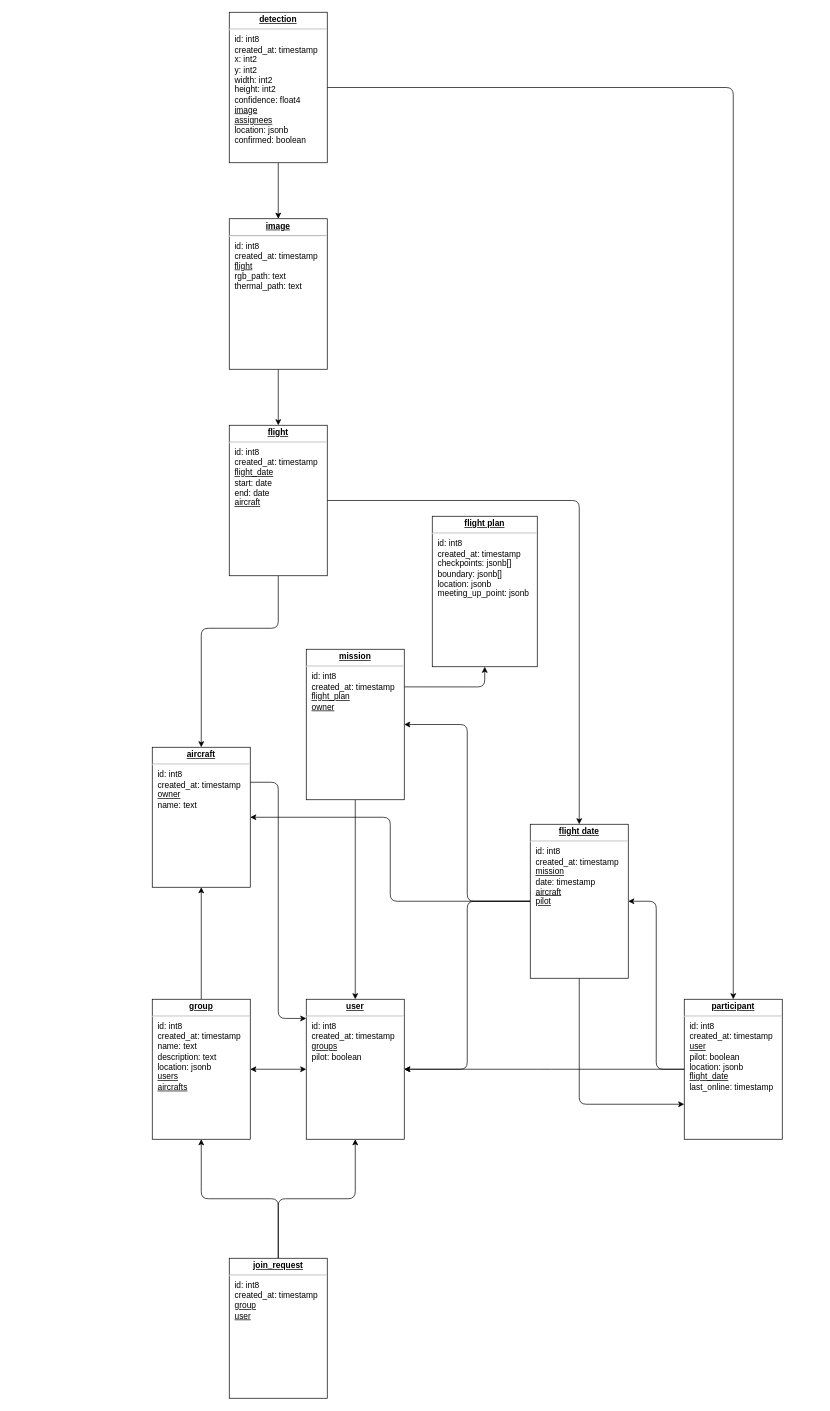
Earlier version of the draw.io diagram DatabaseSchema.drawio (FawnRescue/planning). Source tidied: cells renumbered, new cells numbered last; positions are measured from the earlier drawing's top-left corner, leaving out a move shared by most shapes. Both pictures are drawn from the tidied source at 70%, with x=0, y=0 at pixel (152, 12).
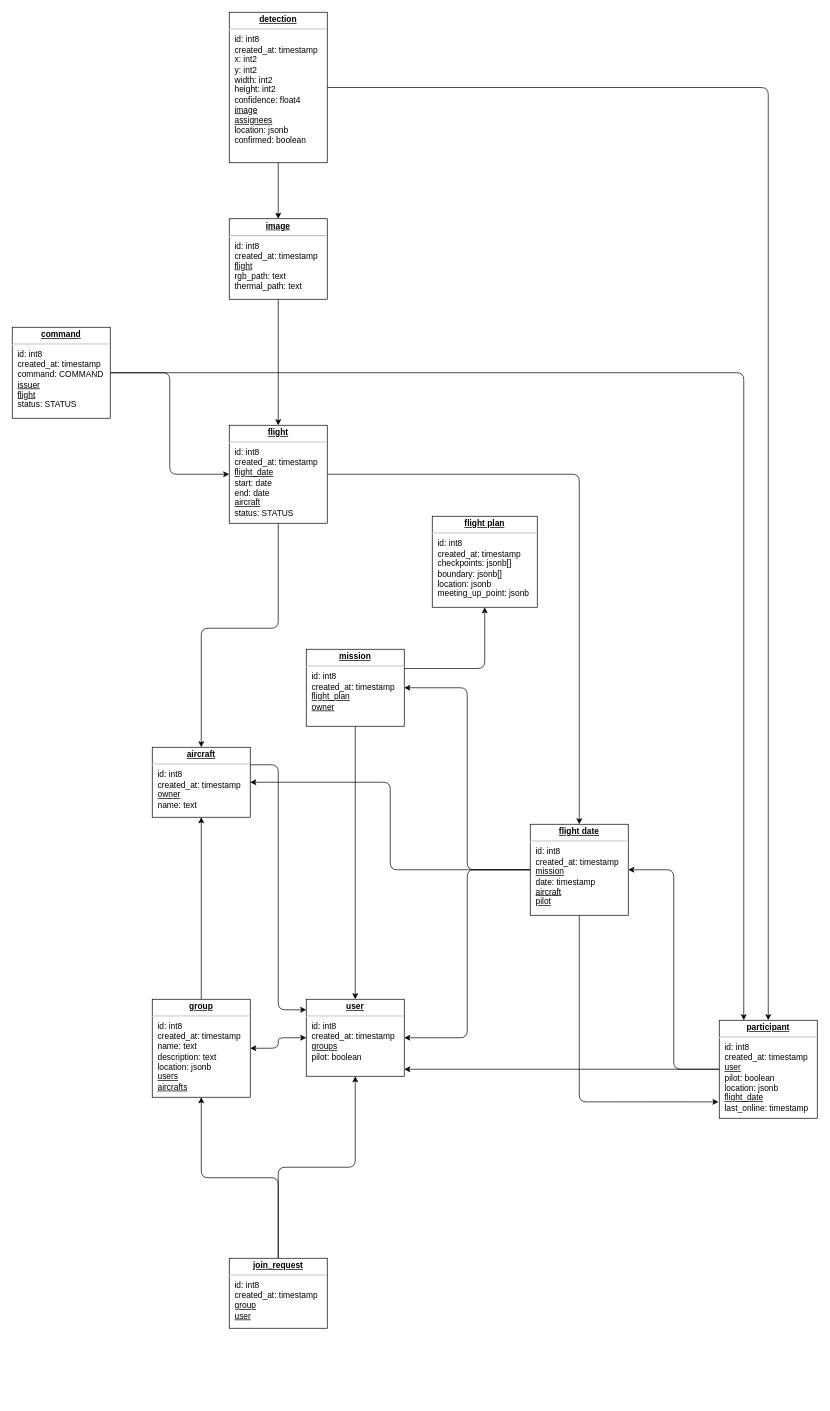
The same page after the edit.

Diff of the diagram source:
```diff
@@
     <mxCell id="3" value="&lt;p style=&quot;margin: 0px ; margin-top: 4px ; text-align: center ; text-decoration: underline&quot;&gt;&lt;b&gt;aircraft&lt;/b&gt;&lt;/p&gt;&lt;hr&gt;&lt;p style=&quot;margin: 0px ; margin-left: 8px&quot;&gt;id: int8&lt;/p&gt;&lt;p style=&quot;margin: 0px ; margin-left: 8px&quot;&gt;created_at: timestamp&lt;br&gt;&lt;/p&gt;&lt;p style=&quot;margin: 0px ; margin-left: 8px&quot;&gt;&lt;u&gt;owner&lt;/u&gt;&lt;/p&gt;&lt;p style=&quot;margin: 0px ; margin-left: 8px&quot;&gt;name: text&lt;/p&gt;&lt;p style=&quot;margin: 0px ; margin-left: 8px&quot;&gt;&lt;br&gt;&lt;/p&gt;" style="verticalAlign=top;align=left;overflow=fill;fontSize=12;fontFamily=Helvetica;html=1;rounded=0;shadow=0;comic=0;labelBackgroundColor=none;strokeWidth=1;" parent="1" vertex="1">
-      <mxGeometry y="1050" width="140" height="200" as="geometry" />
+      <mxGeometry y="1050" width="140" height="100" as="geometry" />
     </mxCell>
@@
     <mxCell id="8" value="&lt;p style=&quot;margin: 0px ; margin-top: 4px ; text-align: center ; text-decoration: underline&quot;&gt;&lt;b&gt;image&lt;/b&gt;&lt;/p&gt;&lt;hr&gt;&lt;p style=&quot;border-color: var(--border-color); margin: 0px 0px 0px 8px;&quot;&gt;id: int8&lt;/p&gt;&lt;p style=&quot;border-color: var(--border-color); margin: 0px 0px 0px 8px;&quot;&gt;created_at: timestamp&lt;/p&gt;&lt;p style=&quot;border-color: var(--border-color); margin: 0px 0px 0px 8px;&quot;&gt;&lt;u&gt;flight&lt;/u&gt;&lt;/p&gt;&lt;p style=&quot;border-color: var(--border-color); margin: 0px 0px 0px 8px;&quot;&gt;rgb_path: text&lt;/p&gt;&lt;p style=&quot;border-color: var(--border-color); margin: 0px 0px 0px 8px;&quot;&gt;thermal_path: text&lt;/p&gt;&lt;p style=&quot;border-color: var(--border-color); margin: 0px 0px 0px 8px;&quot;&gt;&lt;br&gt;&lt;/p&gt;&lt;p style=&quot;border-color: var(--border-color); margin: 0px 0px 0px 8px;&quot;&gt;&lt;br&gt;&lt;/p&gt;&lt;p style=&quot;border-color: var(--border-color); margin: 0px 0px 0px 8px;&quot;&gt;&lt;br&gt;&lt;/p&gt;" style="verticalAlign=top;align=left;overflow=fill;fontSize=12;fontFamily=Helvetica;html=1;rounded=0;shadow=0;comic=0;labelBackgroundColor=none;strokeWidth=1;" parent="1" vertex="1">
-      <mxGeometry x="110" y="295" width="140" height="215" as="geometry" />
+      <mxGeometry x="110" y="295" width="140" height="115" as="geometry" />
     </mxCell>
@@
-    <mxCell id="11" value="&lt;p style=&quot;margin: 0px ; margin-top: 4px ; text-align: center ; text-decoration: underline&quot;&gt;&lt;b&gt;flight&lt;/b&gt;&lt;/p&gt;&lt;hr&gt;&lt;p style=&quot;border-color: var(--border-color); margin: 0px 0px 0px 8px;&quot;&gt;id: int8&lt;/p&gt;&lt;p style=&quot;border-color: var(--border-color); margin: 0px 0px 0px 8px;&quot;&gt;created_at: timestamp&lt;/p&gt;&lt;p style=&quot;border-color: var(--border-color); margin: 0px 0px 0px 8px;&quot;&gt;&lt;span style=&quot;background-color: initial;&quot;&gt;&lt;u&gt;flight_date&lt;/u&gt;&lt;/span&gt;&lt;/p&gt;&lt;p style=&quot;border-color: var(--border-color); margin: 0px 0px 0px 8px;&quot;&gt;&lt;span style=&quot;background-color: initial;&quot;&gt;start: date&lt;/span&gt;&lt;br&gt;&lt;/p&gt;&lt;p style=&quot;border-color: var(--border-color); margin: 0px 0px 0px 8px;&quot;&gt;end: date&lt;/p&gt;&lt;p style=&quot;border-color: var(--border-color); margin: 0px 0px 0px 8px;&quot;&gt;&lt;u&gt;aircraft&lt;/u&gt;&lt;/p&gt;&lt;p style=&quot;border-color: var(--border-color); margin: 0px 0px 0px 8px;&quot;&gt;&lt;br&gt;&lt;/p&gt;&lt;p style=&quot;border-color: var(--border-color); margin: 0px 0px 0px 8px;&quot;&gt;&lt;br&gt;&lt;/p&gt;" style="verticalAlign=top;align=left;overflow=fill;fontSize=12;fontFamily=Helvetica;html=1;rounded=0;shadow=0;comic=0;labelBackgroundColor=none;strokeWidth=1;" parent="1" vertex="1">
-      <mxGeometry x="110" y="590" width="140" height="215" as="geometry" />
+    <mxCell id="11" value="&lt;p style=&quot;margin: 0px ; margin-top: 4px ; text-align: center ; text-decoration: underline&quot;&gt;&lt;b&gt;flight&lt;/b&gt;&lt;/p&gt;&lt;hr&gt;&lt;p style=&quot;border-color: var(--border-color); margin: 0px 0px 0px 8px;&quot;&gt;id: int8&lt;/p&gt;&lt;p style=&quot;border-color: var(--border-color); margin: 0px 0px 0px 8px;&quot;&gt;created_at: timestamp&lt;/p&gt;&lt;p style=&quot;border-color: var(--border-color); margin: 0px 0px 0px 8px;&quot;&gt;&lt;span style=&quot;background-color: initial;&quot;&gt;&lt;u&gt;flight_date&lt;/u&gt;&lt;/span&gt;&lt;/p&gt;&lt;p style=&quot;border-color: var(--border-color); margin: 0px 0px 0px 8px;&quot;&gt;&lt;span style=&quot;background-color: initial;&quot;&gt;start: date&lt;/span&gt;&lt;br&gt;&lt;/p&gt;&lt;p style=&quot;border-color: var(--border-color); margin: 0px 0px 0px 8px;&quot;&gt;end: date&lt;/p&gt;&lt;p style=&quot;border-color: var(--border-color); margin: 0px 0px 0px 8px;&quot;&gt;&lt;u&gt;aircraft&lt;/u&gt;&lt;/p&gt;&lt;p style=&quot;border-color: var(--border-color); margin: 0px 0px 0px 8px;&quot;&gt;status: STATUS&lt;/p&gt;&lt;p style=&quot;border-color: var(--border-color); margin: 0px 0px 0px 8px;&quot;&gt;&lt;br&gt;&lt;/p&gt;" style="verticalAlign=top;align=left;overflow=fill;fontSize=12;fontFamily=Helvetica;html=1;rounded=0;shadow=0;comic=0;labelBackgroundColor=none;strokeWidth=1;" parent="1" vertex="1">
+      <mxGeometry x="110" y="590" width="140" height="140" as="geometry" />
     </mxCell>
     <mxCell id="12" value="&lt;p style=&quot;margin: 0px ; margin-top: 4px ; text-align: center ; text-decoration: underline&quot;&gt;&lt;b&gt;flight plan&lt;/b&gt;&lt;/p&gt;&lt;hr&gt;&lt;p style=&quot;border-color: var(--border-color); margin: 0px 0px 0px 8px;&quot;&gt;id: int8&lt;/p&gt;&lt;p style=&quot;border-color: var(--border-color); margin: 0px 0px 0px 8px;&quot;&gt;created_at: timestamp&lt;/p&gt;&lt;p style=&quot;border-color: var(--border-color); margin: 0px 0px 0px 8px;&quot;&gt;checkpoints: jsonb[]&lt;/p&gt;&lt;p style=&quot;border-color: var(--border-color); margin: 0px 0px 0px 8px;&quot;&gt;boundary: jsonb[]&lt;/p&gt;&lt;p style=&quot;border-color: var(--border-color); margin: 0px 0px 0px 8px;&quot;&gt;location: jsonb&lt;/p&gt;&lt;p style=&quot;border-color: var(--border-color); margin: 0px 0px 0px 8px;&quot;&gt;meeting_up_point: jsonb&lt;/p&gt;&lt;p style=&quot;border-color: var(--border-color); margin: 0px 0px 0px 8px;&quot;&gt;&lt;br&gt;&lt;/p&gt;" style="verticalAlign=top;align=left;overflow=fill;fontSize=12;fontFamily=Helvetica;html=1;rounded=0;shadow=0;comic=0;labelBackgroundColor=none;strokeWidth=1;" parent="1" vertex="1">
-      <mxGeometry x="400" y="720" width="150" height="215" as="geometry" />
+      <mxGeometry x="400" y="720" width="150" height="130" as="geometry" />
     </mxCell>
@@
     <mxCell id="15" value="&lt;p style=&quot;margin: 0px ; margin-top: 4px ; text-align: center ; text-decoration: underline&quot;&gt;&lt;b&gt;mission&lt;/b&gt;&lt;/p&gt;&lt;hr&gt;&lt;p style=&quot;border-color: var(--border-color); margin: 0px 0px 0px 8px;&quot;&gt;id: int8&lt;/p&gt;&lt;p style=&quot;border-color: var(--border-color); margin: 0px 0px 0px 8px;&quot;&gt;created_at: timestamp&lt;/p&gt;&lt;p style=&quot;border-color: var(--border-color); margin: 0px 0px 0px 8px;&quot;&gt;&lt;u&gt;flight_plan&lt;/u&gt;&lt;/p&gt;&lt;p style=&quot;border-color: var(--border-color); margin: 0px 0px 0px 8px;&quot;&gt;&lt;u&gt;owner&lt;/u&gt;&lt;/p&gt;&lt;p style=&quot;border-color: var(--border-color); margin: 0px 0px 0px 8px;&quot;&gt;&lt;br&gt;&lt;/p&gt;&lt;p style=&quot;border-color: var(--border-color); margin: 0px 0px 0px 8px;&quot;&gt;&lt;br&gt;&lt;/p&gt;&lt;p style=&quot;border-color: var(--border-color); margin: 0px 0px 0px 8px;&quot;&gt;&lt;br&gt;&lt;/p&gt;" style="verticalAlign=top;align=left;overflow=fill;fontSize=12;fontFamily=Helvetica;html=1;rounded=0;shadow=0;comic=0;labelBackgroundColor=none;strokeWidth=1;" parent="1" vertex="1">
-      <mxGeometry x="220" y="910" width="140" height="215" as="geometry" />
+      <mxGeometry x="220" y="910" width="140" height="110" as="geometry" />
     </mxCell>
     <mxCell id="16" value="&lt;p style=&quot;margin: 0px ; margin-top: 4px ; text-align: center ; text-decoration: underline&quot;&gt;&lt;b&gt;user&lt;/b&gt;&lt;/p&gt;&lt;hr&gt;&lt;p style=&quot;margin: 0px ; margin-left: 8px&quot;&gt;id: int8&lt;/p&gt;&lt;p style=&quot;margin: 0px ; margin-left: 8px&quot;&gt;created_at: timestamp&lt;br&gt;&lt;/p&gt;&lt;p style=&quot;margin: 0px ; margin-left: 8px&quot;&gt;&lt;u&gt;groups&lt;/u&gt;&lt;/p&gt;&lt;p style=&quot;margin: 0px ; margin-left: 8px&quot;&gt;pilot: boolean&lt;/p&gt;" style="verticalAlign=top;align=left;overflow=fill;fontSize=12;fontFamily=Helvetica;html=1;rounded=0;shadow=0;comic=0;labelBackgroundColor=none;strokeWidth=1;" parent="1" vertex="1">
-      <mxGeometry x="220" y="1410" width="140" height="200" as="geometry" />
+      <mxGeometry x="220" y="1410" width="140" height="110" as="geometry" />
     </mxCell>
@@
     <mxCell id="18" value="&lt;p style=&quot;margin: 0px ; margin-top: 4px ; text-align: center ; text-decoration: underline&quot;&gt;&lt;b&gt;group&lt;/b&gt;&lt;/p&gt;&lt;hr&gt;&lt;p style=&quot;margin: 0px ; margin-left: 8px&quot;&gt;id: int8&lt;/p&gt;&lt;p style=&quot;margin: 0px ; margin-left: 8px&quot;&gt;created_at: timestamp&lt;br&gt;&lt;/p&gt;&lt;p style=&quot;margin: 0px ; margin-left: 8px&quot;&gt;name: text&lt;/p&gt;&lt;p style=&quot;margin: 0px ; margin-left: 8px&quot;&gt;description: text&lt;/p&gt;&lt;p style=&quot;margin: 0px ; margin-left: 8px&quot;&gt;location: jsonb&lt;/p&gt;&lt;p style=&quot;margin: 0px ; margin-left: 8px&quot;&gt;&lt;u&gt;users&lt;/u&gt;&lt;/p&gt;&lt;p style=&quot;margin: 0px ; margin-left: 8px&quot;&gt;&lt;u&gt;aircrafts&lt;/u&gt;&lt;/p&gt;" style="verticalAlign=top;align=left;overflow=fill;fontSize=12;fontFamily=Helvetica;html=1;rounded=0;shadow=0;comic=0;labelBackgroundColor=none;strokeWidth=1;" parent="1" vertex="1">
-      <mxGeometry y="1410" width="140" height="200" as="geometry" />
+      <mxGeometry y="1410" width="140" height="140" as="geometry" />
     </mxCell>
@@
     <mxCell id="21" value="&lt;p style=&quot;margin: 0px ; margin-top: 4px ; text-align: center ; text-decoration: underline&quot;&gt;&lt;b&gt;join_request&lt;/b&gt;&lt;/p&gt;&lt;hr&gt;&lt;p style=&quot;margin: 0px ; margin-left: 8px&quot;&gt;id: int8&lt;/p&gt;&lt;p style=&quot;margin: 0px ; margin-left: 8px&quot;&gt;created_at: timestamp&lt;br&gt;&lt;/p&gt;&lt;p style=&quot;margin: 0px ; margin-left: 8px&quot;&gt;&lt;u&gt;group&lt;/u&gt;&lt;/p&gt;&lt;p style=&quot;margin: 0px ; margin-left: 8px&quot;&gt;&lt;u&gt;user&lt;/u&gt;&lt;/p&gt;" style="verticalAlign=top;align=left;overflow=fill;fontSize=12;fontFamily=Helvetica;html=1;rounded=0;shadow=0;comic=0;labelBackgroundColor=none;strokeWidth=1;" parent="1" vertex="1">
-      <mxGeometry x="110" y="1780" width="140" height="200" as="geometry" />
+      <mxGeometry x="110" y="1780" width="140" height="100" as="geometry" />
     </mxCell>
@@
-    <mxCell id="26" style="edgeStyle=orthogonalEdgeStyle;shape=connector;rounded=1;jettySize=auto;html=1;entryX=0;entryY=0.75;entryDx=0;entryDy=0;labelBackgroundColor=default;strokeColor=default;align=center;verticalAlign=middle;fontFamily=Helvetica;fontSize=11;fontColor=default;endArrow=classic;" parent="1" edge="1" source="27" target="30">
+    <mxCell id="26" style="edgeStyle=orthogonalEdgeStyle;shape=connector;rounded=1;jettySize=auto;html=1;labelBackgroundColor=default;strokeColor=default;align=center;verticalAlign=middle;fontFamily=Helvetica;fontSize=11;fontColor=default;endArrow=classic;entryX=-0.008;entryY=0.833;entryDx=0;entryDy=0;entryPerimeter=0;" parent="1" edge="1" source="27" target="30">
       <mxGeometry relative="1" as="geometry">
         <Array as="points">
-          <mxPoint x="610" y="1560" />
+          <mxPoint x="610" y="1557" />
         </Array>
       </mxGeometry>
     </mxCell>
     <mxCell id="27" value="&lt;p style=&quot;margin: 0px ; margin-top: 4px ; text-align: center ; text-decoration: underline&quot;&gt;&lt;b&gt;flight date&lt;/b&gt;&lt;/p&gt;&lt;hr&gt;&lt;p style=&quot;border-color: var(--border-color); margin: 0px 0px 0px 8px;&quot;&gt;id: int8&lt;/p&gt;&lt;p style=&quot;border-color: var(--border-color); margin: 0px 0px 0px 8px;&quot;&gt;created_at: timestamp&lt;/p&gt;&lt;p style=&quot;border-color: var(--border-color); margin: 0px 0px 0px 8px;&quot;&gt;&lt;u style=&quot;background-color: initial;&quot;&gt;mission&lt;/u&gt;&lt;br&gt;&lt;/p&gt;&lt;p style=&quot;border-color: var(--border-color); margin: 0px 0px 0px 8px;&quot;&gt;&lt;span style=&quot;background-color: initial;&quot;&gt;date: timestamp&lt;/span&gt;&lt;/p&gt;&lt;p style=&quot;border-color: var(--border-color); margin: 0px 0px 0px 8px;&quot;&gt;&lt;span style=&quot;background-color: initial;&quot;&gt;&lt;u&gt;aircraft&lt;/u&gt;&lt;/span&gt;&lt;/p&gt;&lt;p style=&quot;border-color: var(--border-color); margin: 0px 0px 0px 8px;&quot;&gt;&lt;u&gt;pilot&lt;/u&gt;&lt;/p&gt;" style="verticalAlign=top;align=left;overflow=fill;fontSize=12;fontFamily=Helvetica;html=1;rounded=0;shadow=0;comic=0;labelBackgroundColor=none;strokeWidth=1;" parent="1" vertex="1">
-      <mxGeometry x="540" y="1160" width="140" height="220" as="geometry" />
+      <mxGeometry x="540" y="1160" width="140" height="130" as="geometry" />
     </mxCell>
@@
     <mxCell id="30" value="&lt;p style=&quot;margin: 0px ; margin-top: 4px ; text-align: center ; text-decoration: underline&quot;&gt;&lt;b&gt;participant&lt;/b&gt;&lt;/p&gt;&lt;hr&gt;&lt;p style=&quot;margin: 0px ; margin-left: 8px&quot;&gt;id: int8&lt;/p&gt;&lt;p style=&quot;margin: 0px ; margin-left: 8px&quot;&gt;created_at: timestamp&lt;br&gt;&lt;/p&gt;&lt;p style=&quot;margin: 0px ; margin-left: 8px&quot;&gt;&lt;u&gt;user&lt;/u&gt;&lt;/p&gt;&lt;p style=&quot;margin: 0px ; margin-left: 8px&quot;&gt;pilot: boolean&lt;/p&gt;&lt;p style=&quot;margin: 0px ; margin-left: 8px&quot;&gt;location: jsonb&lt;/p&gt;&lt;p style=&quot;margin: 0px ; margin-left: 8px&quot;&gt;&lt;u&gt;flight_date&lt;/u&gt;&lt;/p&gt;&lt;p style=&quot;margin: 0px ; margin-left: 8px&quot;&gt;last_online: timestamp&lt;/p&gt;&lt;p style=&quot;margin: 0px ; margin-left: 8px&quot;&gt;&lt;br&gt;&lt;/p&gt;" style="verticalAlign=top;align=left;overflow=fill;fontSize=12;fontFamily=Helvetica;html=1;rounded=0;shadow=0;comic=0;labelBackgroundColor=none;strokeWidth=1;" parent="1" vertex="1">
-      <mxGeometry x="760" y="1410" width="140" height="200" as="geometry" />
+      <mxGeometry x="810" y="1440" width="140" height="140" as="geometry" />
     </mxCell>
+    <mxCell id="31" style="edgeStyle=orthogonalEdgeStyle;shape=connector;rounded=1;jettySize=auto;html=1;entryX=0;entryY=0.5;entryDx=0;entryDy=0;labelBackgroundColor=default;strokeColor=default;align=center;verticalAlign=middle;fontFamily=Helvetica;fontSize=11;fontColor=default;endArrow=classic;" parent="1" edge="1" source="33" target="11">
+      <mxGeometry relative="1" as="geometry" />
+    </mxCell>
+    <mxCell id="32" style="edgeStyle=orthogonalEdgeStyle;shape=connector;rounded=1;jettySize=auto;html=1;entryX=0.25;entryY=0;entryDx=0;entryDy=0;labelBackgroundColor=default;strokeColor=default;align=center;verticalAlign=middle;fontFamily=Helvetica;fontSize=11;fontColor=default;endArrow=classic;" parent="1" edge="1" source="33" target="30">
+      <mxGeometry relative="1" as="geometry" />
+    </mxCell>
+    <mxCell id="33" value="&lt;p style=&quot;margin: 0px ; margin-top: 4px ; text-align: center ; text-decoration: underline&quot;&gt;&lt;b&gt;command&lt;/b&gt;&lt;/p&gt;&lt;hr&gt;&lt;p style=&quot;border-color: var(--border-color); margin: 0px 0px 0px 8px;&quot;&gt;id: int8&lt;/p&gt;&lt;p style=&quot;border-color: var(--border-color); margin: 0px 0px 0px 8px;&quot;&gt;created_at: timestamp&lt;/p&gt;&lt;p style=&quot;border-color: var(--border-color); margin: 0px 0px 0px 8px;&quot;&gt;command: COMMAND&lt;/p&gt;&lt;p style=&quot;border-color: var(--border-color); margin: 0px 0px 0px 8px;&quot;&gt;&lt;u&gt;issuer&lt;/u&gt;&lt;/p&gt;&lt;p style=&quot;border-color: var(--border-color); margin: 0px 0px 0px 8px;&quot;&gt;&lt;u&gt;flight&lt;/u&gt;&lt;/p&gt;&lt;p style=&quot;border-color: var(--border-color); margin: 0px 0px 0px 8px;&quot;&gt;status: STATUS&lt;/p&gt;" style="verticalAlign=top;align=left;overflow=fill;fontSize=12;fontFamily=Helvetica;html=1;rounded=0;shadow=0;comic=0;labelBackgroundColor=none;strokeWidth=1;" parent="1" vertex="1">
+      <mxGeometry x="-200" y="450" width="140" height="130" as="geometry" />
+    </mxCell>
```
